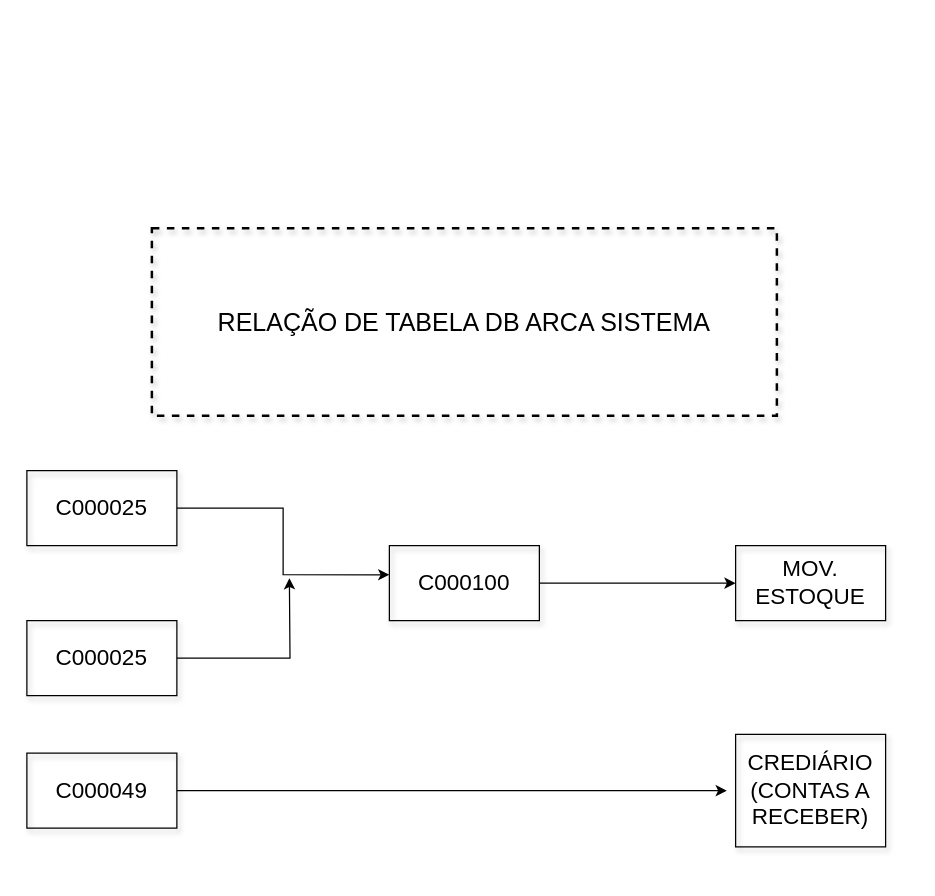
Earlier version of the draw.io diagram Diagrama sem nome.drawio (RafaelEuclides/profile). Source tidied: cells renumbered, new cells numbered last; positions are measured from the earlier drawing's top-left corner, leaving out a move shared by most shapes. Both pictures are drawn from the tidied source at 125%, with x=0, y=0 at pixel (26, 228).
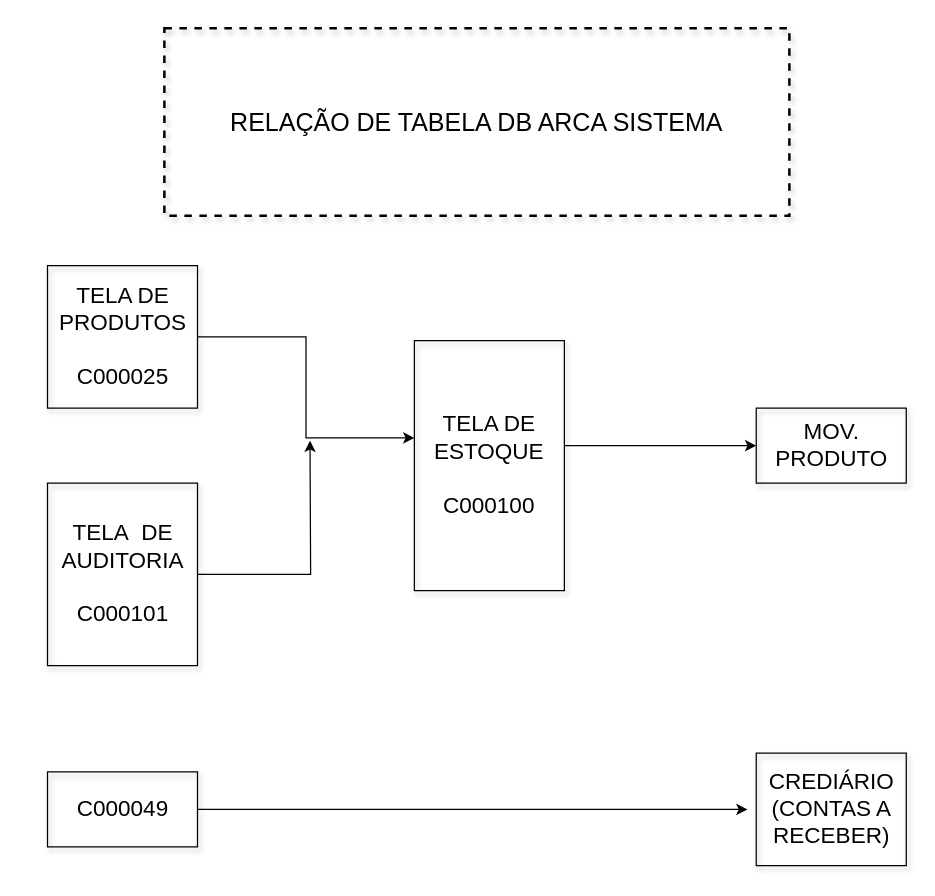
The same diagram, later.

The edit, as a diff of the source:
```diff
@@
 <mxGraphModel>
   <root>
     <mxCell id="0" />
     <mxCell id="1" parent="0" />
     <mxCell id="2" value="RELAÇÃO DE TABELA DB ARCA SISTEMA" style="whiteSpace=wrap;html=1;shadow=1;fontSize=20;fillColor=none;strokeWidth=2;dashed=1;rounded=0;glass=0;" parent="1" vertex="1">
-      <mxGeometry x="100" width="500" height="150" as="geometry" />
+      <mxGeometry x="110" y="-160" width="500" height="150" as="geometry" />
     </mxCell>
-    <mxCell id="3" value="MOV. ESTOQUE" style="whiteSpace=wrap;html=1;shadow=1;fontSize=18;fillColor=none;" parent="1" vertex="1">
-      <mxGeometry x="567" y="254" width="120" height="60" as="geometry" />
+    <mxCell id="3" value="MOV. PRODUTO" style="whiteSpace=wrap;html=1;shadow=1;fontSize=18;fillColor=none;" parent="1" vertex="1">
+      <mxGeometry x="583.5" y="144" width="120" height="60" as="geometry" />
     </mxCell>
     <mxCell id="4" value="CREDIÁRIO&lt;br&gt;(CONTAS A RECEBER)" style="whiteSpace=wrap;html=1;shadow=1;fontSize=18;fillColor=none;" parent="1" vertex="1">
-      <mxGeometry x="567" y="405" width="120" height="90" as="geometry" />
+      <mxGeometry x="583.5" y="420" width="120" height="90" as="geometry" />
     </mxCell>
     <mxCell id="5" style="edgeStyle=orthogonalEdgeStyle;rounded=0;jettySize=auto;html=1;entryX=0;entryY=0.389;entryDx=0;entryDy=0;entryPerimeter=0;" parent="1" edge="1" source="6" target="8">
       <mxGeometry relative="1" as="geometry" />
     </mxCell>
-    <mxCell id="6" value="C000025" style="whiteSpace=wrap;html=1;shadow=1;fontSize=18;fillColor=none;" parent="1" vertex="1">
-      <mxGeometry y="194" width="120" height="60" as="geometry" />
+    <mxCell id="6" value="TELA DE PRODUTOS&lt;br&gt;&lt;br&gt;C000025" style="whiteSpace=wrap;html=1;shadow=1;fontSize=18;fillColor=none;" parent="1" vertex="1">
+      <mxGeometry x="16.5" y="30" width="120" height="114" as="geometry" />
     </mxCell>
     <mxCell id="7" style="edgeStyle=orthogonalEdgeStyle;rounded=0;jettySize=auto;html=1;entryX=0;entryY=0.5;entryDx=0;entryDy=0;" parent="1" edge="1" source="8" target="3">
-      <mxGeometry relative="1" as="geometry" />
+      <mxGeometry relative="1" as="geometry">
+        <Array as="points">
+          <mxPoint x="470" y="174" />
+          <mxPoint x="470" y="174" />
+        </Array>
+      </mxGeometry>
     </mxCell>
-    <mxCell id="8" value="C000100" style="whiteSpace=wrap;html=1;shadow=1;fontSize=18;fillColor=none;" parent="1" vertex="1">
-      <mxGeometry x="290" y="254" width="120" height="60" as="geometry" />
+    <mxCell id="8" value="TELA DE ESTOQUE&lt;br&gt;&lt;br&gt;C000100" style="whiteSpace=wrap;html=1;shadow=1;fontSize=18;fillColor=none;" parent="1" vertex="1">
+      <mxGeometry x="310" y="90" width="120" height="200" as="geometry" />
     </mxCell>
     <mxCell id="9" style="edgeStyle=orthogonalEdgeStyle;rounded=0;jettySize=auto;html=1;" parent="1" edge="1" source="10">
       <mxGeometry relative="1" as="geometry">
-        <mxPoint x="210" y="280" as="targetPoint" />
+        <mxPoint x="226.5" y="170" as="targetPoint" />
       </mxGeometry>
     </mxCell>
-    <mxCell id="10" value="C000025" style="whiteSpace=wrap;html=1;shadow=1;fontSize=18;fillColor=none;" parent="1" vertex="1">
-      <mxGeometry y="314" width="120" height="60" as="geometry" />
+    <mxCell id="10" value="TELA&amp;nbsp; DE AUDITORIA&lt;br&gt;&lt;br&gt;C000101" style="whiteSpace=wrap;html=1;shadow=1;fontSize=18;fillColor=none;" parent="1" vertex="1">
+      <mxGeometry x="16.5" y="204" width="120" height="146" as="geometry" />
     </mxCell>
     <mxCell id="11" style="edgeStyle=orthogonalEdgeStyle;rounded=0;jettySize=auto;html=1;" parent="1" edge="1" source="12">
       <mxGeometry relative="1" as="geometry">
-        <mxPoint x="560" y="450" as="targetPoint" />
+        <mxPoint x="576.5" y="465" as="targetPoint" />
       </mxGeometry>
     </mxCell>
     <mxCell id="12" value="C000049" style="whiteSpace=wrap;html=1;shadow=1;fontSize=18;fillColor=none;" parent="1" vertex="1">
-      <mxGeometry y="420" width="120" height="60" as="geometry" />
+      <mxGeometry x="16.5" y="435" width="120" height="60" as="geometry" />
     </mxCell>
   </root>
 </mxGraphModel>
```
